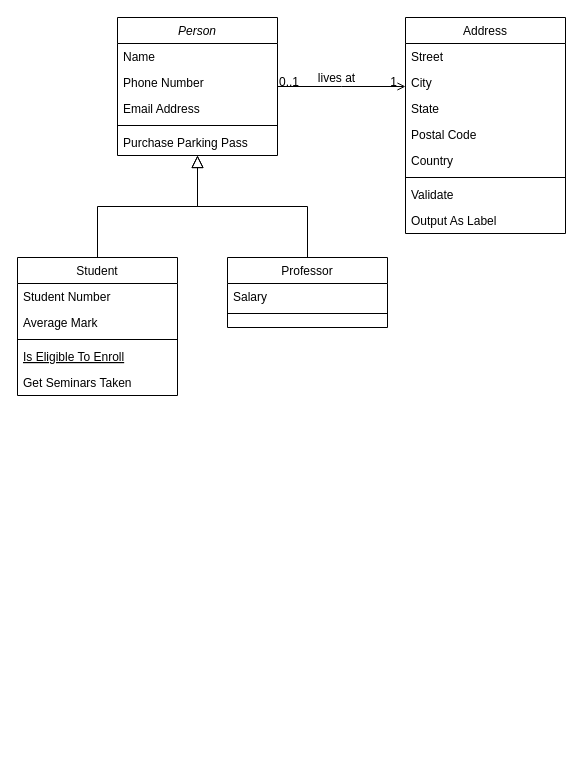
Before: Untitled Diagram.drawio in miftahpj/tefa, a draw.io diagram. Source tidied: cells renumbered, new cells numbered last; positions are measured from the earlier drawing's top-left corner, leaving out a move shared by most shapes. Both pictures are drawn from the tidied source at 100%, with x=0, y=0 at pixel (17, 17).
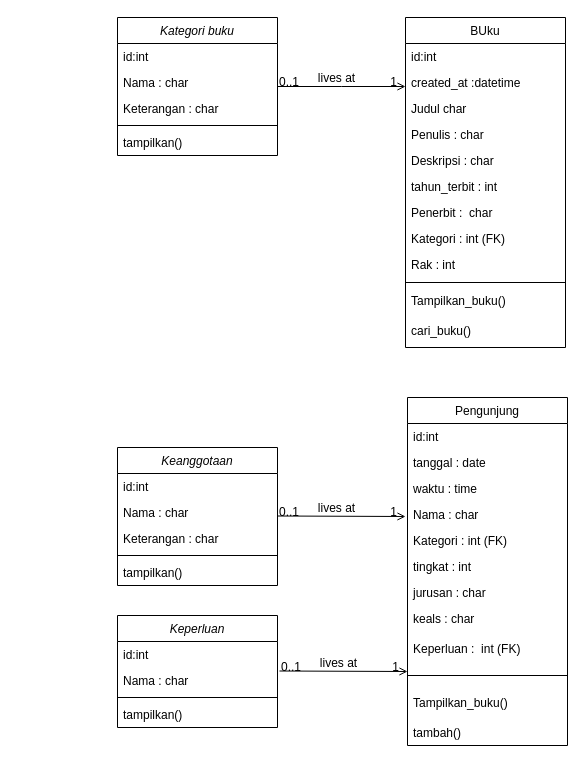
Above is the later version.

Diff of the diagram source:
```diff
@@
-    <mxCell id="2" value="Person" style="swimlane;fontStyle=2;align=center;verticalAlign=top;horizontal=1;startSize=26;rounded=0;shadow=0;strokeWidth=1;" parent="1" vertex="1">
+    <mxCell id="2" value="Kategori buku" style="swimlane;fontStyle=2;align=center;verticalAlign=top;horizontal=1;startSize=26;rounded=0;shadow=0;strokeWidth=1;" parent="1" vertex="1">
       <mxGeometry x="100" width="160" height="138" as="geometry" />
     </mxCell>
+    <mxCell id="4" value="id:int" style="text;align=left;verticalAlign=top;spacingLeft=4;spacingRight=4;overflow=hidden;rounded=0;shadow=0;html=0;" parent="2" vertex="1">
+      <mxGeometry y="26" width="160" height="26" as="geometry" />
+    </mxCell>
-    <mxCell id="3" value="Name" style="text;align=left;verticalAlign=top;spacingLeft=4;spacingRight=4;overflow=hidden;" parent="2" vertex="1">
-      <mxGeometry y="26" width="160" height="26" as="geometry" />
+    <mxCell id="3" value="Nama : char" style="text;align=left;verticalAlign=top;spacingLeft=4;spacingRight=4;overflow=hidden;" parent="2" vertex="1">
+      <mxGeometry y="52" width="160" height="26" as="geometry" />
     </mxCell>
-    <mxCell id="4" value="Phone Number" style="text;align=left;verticalAlign=top;spacingLeft=4;spacingRight=4;overflow=hidden;rounded=0;shadow=0;html=0;" parent="2" vertex="1">
-      <mxGeometry y="52" width="160" height="26" as="geometry" />
-    </mxCell>
-    <mxCell id="5" value="Email Address" style="text;align=left;verticalAlign=top;spacingLeft=4;spacingRight=4;overflow=hidden;rounded=0;shadow=0;html=0;" parent="2" vertex="1">
+    <mxCell id="5" value="Keterangan : char" style="text;align=left;verticalAlign=top;spacingLeft=4;spacingRight=4;overflow=hidden;rounded=0;shadow=0;html=0;" parent="2" vertex="1">
       <mxGeometry y="78" width="160" height="26" as="geometry" />
     </mxCell>
@@
-    <mxCell id="7" value="Purchase Parking Pass" style="text;align=left;verticalAlign=top;spacingLeft=4;spacingRight=4;overflow=hidden;" parent="2" vertex="1">
+    <mxCell id="7" value="tampilkan()" style="text;align=left;verticalAlign=top;spacingLeft=4;spacingRight=4;overflow=hidden;" parent="2" vertex="1">
       <mxGeometry y="112" width="160" height="26" as="geometry" />
     </mxCell>
-    <mxCell id="8" value="Student" style="swimlane;fontStyle=0;align=center;verticalAlign=top;horizontal=1;startSize=26;rounded=0;shadow=0;strokeWidth=1;" parent="1" vertex="1">
-      <mxGeometry y="240" width="160" height="138" as="geometry" />
-    </mxCell>
-    <mxCell id="9" value="Student Number" style="text;align=left;verticalAlign=top;spacingLeft=4;spacingRight=4;overflow=hidden;" parent="8" vertex="1">
-      <mxGeometry y="26" width="160" height="26" as="geometry" />
-    </mxCell>
-    <mxCell id="10" value="Average Mark" style="text;align=left;verticalAlign=top;spacingLeft=4;spacingRight=4;overflow=hidden;rounded=0;shadow=0;html=0;" parent="8" vertex="1">
-      <mxGeometry y="52" width="160" height="26" as="geometry" />
-    </mxCell>
-    <mxCell id="11" style="line;html=1;strokeWidth=1;align=left;verticalAlign=middle;spacingTop=-1;spacingLeft=3;spacingRight=3;labelPosition=right;" parent="8" vertex="1">
-      <mxGeometry y="78" width="160" height="8" as="geometry" />
-    </mxCell>
-    <mxCell id="12" value="Is Eligible To Enroll" style="text;align=left;verticalAlign=top;spacingLeft=4;spacingRight=4;overflow=hidden;fontStyle=4;" parent="8" vertex="1">
-      <mxGeometry y="86" width="160" height="26" as="geometry" />
-    </mxCell>
-    <mxCell id="13" value="Get Seminars Taken" style="text;align=left;verticalAlign=top;spacingLeft=4;spacingRight=4;overflow=hidden;" parent="8" vertex="1">
-      <mxGeometry y="112" width="160" height="26" as="geometry" />
-    </mxCell>
-    <mxCell id="14" style="endArrow=block;endSize=10;endFill=0;shadow=0;strokeWidth=1;rounded=0;edgeStyle=elbowEdgeStyle;elbow=vertical;" parent="1" edge="1" source="8" target="2">
-      <mxGeometry relative="1" as="geometry" />
-    </mxCell>
-    <mxCell id="15" value="Professor" style="swimlane;fontStyle=0;align=center;verticalAlign=top;horizontal=1;startSize=26;rounded=0;shadow=0;strokeWidth=1;" parent="1" vertex="1">
-      <mxGeometry x="210" y="240" width="160" height="70" as="geometry" />
-    </mxCell>
-    <mxCell id="16" value="Salary" style="text;align=left;verticalAlign=top;spacingLeft=4;spacingRight=4;overflow=hidden;" parent="15" vertex="1">
-      <mxGeometry y="26" width="160" height="26" as="geometry" />
-    </mxCell>
-    <mxCell id="17" style="line;html=1;strokeWidth=1;align=left;verticalAlign=middle;spacingTop=-1;spacingLeft=3;spacingRight=3;labelPosition=right;" parent="15" vertex="1">
-      <mxGeometry y="52" width="160" height="8" as="geometry" />
-    </mxCell>
-    <mxCell id="18" style="endArrow=block;endSize=10;endFill=0;shadow=0;strokeWidth=1;rounded=0;edgeStyle=elbowEdgeStyle;elbow=vertical;" parent="1" edge="1" source="15" target="2">
-      <mxGeometry relative="1" as="geometry" />
-    </mxCell>
-    <mxCell id="19" value="Address" style="swimlane;fontStyle=0;align=center;verticalAlign=top;horizontal=1;startSize=26;rounded=0;shadow=0;strokeWidth=1;" parent="1" vertex="1">
-      <mxGeometry x="388" width="160" height="216" as="geometry" />
+    <mxCell id="19" value="BUku" style="swimlane;fontStyle=0;align=center;verticalAlign=top;horizontal=1;startSize=26;rounded=0;shadow=0;strokeWidth=1;" parent="1" vertex="1">
+      <mxGeometry x="388" width="160" height="330" as="geometry" />
     </mxCell>
-    <mxCell id="20" value="Street" style="text;align=left;verticalAlign=top;spacingLeft=4;spacingRight=4;overflow=hidden;" parent="19" vertex="1">
+    <mxCell id="20" value="id:int" style="text;align=left;verticalAlign=top;spacingLeft=4;spacingRight=4;overflow=hidden;" parent="19" vertex="1">
       <mxGeometry y="26" width="160" height="26" as="geometry" />
     </mxCell>
-    <mxCell id="21" value="City" style="text;align=left;verticalAlign=top;spacingLeft=4;spacingRight=4;overflow=hidden;rounded=0;shadow=0;html=0;" parent="19" vertex="1">
+    <mxCell id="21" value="created_at :datetime" style="text;align=left;verticalAlign=top;spacingLeft=4;spacingRight=4;overflow=hidden;rounded=0;shadow=0;html=0;" parent="19" vertex="1">
       <mxGeometry y="52" width="160" height="26" as="geometry" />
     </mxCell>
-    <mxCell id="22" value="State" style="text;align=left;verticalAlign=top;spacingLeft=4;spacingRight=4;overflow=hidden;rounded=0;shadow=0;html=0;" parent="19" vertex="1">
+    <mxCell id="22" value="Judul char" style="text;align=left;verticalAlign=top;spacingLeft=4;spacingRight=4;overflow=hidden;rounded=0;shadow=0;html=0;" parent="19" vertex="1">
       <mxGeometry y="78" width="160" height="26" as="geometry" />
     </mxCell>
+    <mxCell id="32" value="Penulis : char" style="text;align=left;verticalAlign=top;spacingLeft=4;spacingRight=4;overflow=hidden;rounded=0;shadow=0;html=0;" parent="19" vertex="1">
+      <mxGeometry y="104" width="160" height="26" as="geometry" />
+    </mxCell>
+    <mxCell id="33" value="Deskripsi : char" style="text;align=left;verticalAlign=top;spacingLeft=4;spacingRight=4;overflow=hidden;rounded=0;shadow=0;html=0;" parent="19" vertex="1">
+      <mxGeometry y="130" width="160" height="26" as="geometry" />
+    </mxCell>
-    <mxCell id="23" value="Postal Code" style="text;align=left;verticalAlign=top;spacingLeft=4;spacingRight=4;overflow=hidden;rounded=0;shadow=0;html=0;" parent="19" vertex="1">
-      <mxGeometry y="104" width="160" height="26" as="geometry" />
+    <mxCell id="23" value="tahun_terbit : int" style="text;align=left;verticalAlign=top;spacingLeft=4;spacingRight=4;overflow=hidden;rounded=0;shadow=0;html=0;" parent="19" vertex="1">
+      <mxGeometry y="156" width="160" height="26" as="geometry" />
     </mxCell>
-    <mxCell id="24" value="Country" style="text;align=left;verticalAlign=top;spacingLeft=4;spacingRight=4;overflow=hidden;rounded=0;shadow=0;html=0;" parent="19" vertex="1">
-      <mxGeometry y="130" width="160" height="26" as="geometry" />
+    <mxCell id="24" value="Penerbit :  char" style="text;align=left;verticalAlign=top;spacingLeft=4;spacingRight=4;overflow=hidden;rounded=0;shadow=0;html=0;" parent="19" vertex="1">
+      <mxGeometry y="182" width="160" height="26" as="geometry" />
     </mxCell>
+    <mxCell id="34" value="Kategori : int (FK)" style="text;align=left;verticalAlign=top;spacingLeft=4;spacingRight=4;overflow=hidden;rounded=0;shadow=0;html=0;" parent="19" vertex="1">
+      <mxGeometry y="208" width="160" height="26" as="geometry" />
+    </mxCell>
+    <mxCell id="35" value="Rak : int" style="text;align=left;verticalAlign=top;spacingLeft=4;spacingRight=4;overflow=hidden;rounded=0;shadow=0;html=0;" parent="19" vertex="1">
+      <mxGeometry y="234" width="160" height="26" as="geometry" />
+    </mxCell>
     <mxCell id="25" style="line;html=1;strokeWidth=1;align=left;verticalAlign=middle;spacingTop=-1;spacingLeft=3;spacingRight=3;labelPosition=right;" parent="19" vertex="1">
-      <mxGeometry y="156" width="160" height="8" as="geometry" />
+      <mxGeometry y="260" width="160" height="10" as="geometry" />
     </mxCell>
-    <mxCell id="26" value="Validate" style="text;align=left;verticalAlign=top;spacingLeft=4;spacingRight=4;overflow=hidden;" parent="19" vertex="1">
-      <mxGeometry y="164" width="160" height="26" as="geometry" />
-    </mxCell>
-    <mxCell id="27" value="Output As Label" style="text;align=left;verticalAlign=top;spacingLeft=4;spacingRight=4;overflow=hidden;" parent="19" vertex="1">
-      <mxGeometry y="190" width="160" height="26" as="geometry" />
+    <mxCell id="27" value="Tampilkan_buku()" style="text;align=left;verticalAlign=top;spacingLeft=4;spacingRight=4;overflow=hidden;" parent="19" vertex="1">
+      <mxGeometry y="270" width="160" height="30" as="geometry" />
     </mxCell>
+    <mxCell id="36" value="cari_buku()" style="text;align=left;verticalAlign=top;spacingLeft=4;spacingRight=4;overflow=hidden;" parent="19" vertex="1">
+      <mxGeometry y="300" width="160" height="30" as="geometry" />
+    </mxCell>
@@
+    <mxCell id="37" value="Keanggotaan" style="swimlane;fontStyle=2;align=center;verticalAlign=top;horizontal=1;startSize=26;rounded=0;shadow=0;strokeWidth=1;" parent="1" vertex="1">
+      <mxGeometry x="100" y="430" width="160" height="138" as="geometry" />
+    </mxCell>
+    <mxCell id="38" value="id:int" style="text;align=left;verticalAlign=top;spacingLeft=4;spacingRight=4;overflow=hidden;" parent="37" vertex="1">
+      <mxGeometry y="26" width="160" height="26" as="geometry" />
+    </mxCell>
+    <mxCell id="39" value="Nama : char" style="text;align=left;verticalAlign=top;spacingLeft=4;spacingRight=4;overflow=hidden;rounded=0;shadow=0;html=0;" parent="37" vertex="1">
+      <mxGeometry y="52" width="160" height="26" as="geometry" />
+    </mxCell>
+    <mxCell id="40" value="Keterangan : char" style="text;align=left;verticalAlign=top;spacingLeft=4;spacingRight=4;overflow=hidden;rounded=0;shadow=0;html=0;" parent="37" vertex="1">
+      <mxGeometry y="78" width="160" height="26" as="geometry" />
+    </mxCell>
+    <mxCell id="41" style="line;html=1;strokeWidth=1;align=left;verticalAlign=middle;spacingTop=-1;spacingLeft=3;spacingRight=3;labelPosition=right;" parent="37" vertex="1">
+      <mxGeometry y="104" width="160" height="8" as="geometry" />
+    </mxCell>
+    <mxCell id="42" value="tampilkan()" style="text;align=left;verticalAlign=top;spacingLeft=4;spacingRight=4;overflow=hidden;" parent="37" vertex="1">
+      <mxGeometry y="112" width="160" height="26" as="geometry" />
+    </mxCell>
+    <mxCell id="43" value="Pengunjung" style="swimlane;fontStyle=0;align=center;verticalAlign=top;horizontal=1;startSize=26;rounded=0;shadow=0;strokeWidth=1;" parent="1" vertex="1">
+      <mxGeometry x="390" y="380" width="160" height="348" as="geometry" />
+    </mxCell>
+    <mxCell id="44" value="id:int" style="text;align=left;verticalAlign=top;spacingLeft=4;spacingRight=4;overflow=hidden;" parent="43" vertex="1">
+      <mxGeometry y="26" width="160" height="26" as="geometry" />
+    </mxCell>
+    <mxCell id="45" value="tanggal : date" style="text;align=left;verticalAlign=top;spacingLeft=4;spacingRight=4;overflow=hidden;rounded=0;shadow=0;html=0;" parent="43" vertex="1">
+      <mxGeometry y="52" width="160" height="26" as="geometry" />
+    </mxCell>
+    <mxCell id="46" value="waktu : time" style="text;align=left;verticalAlign=top;spacingLeft=4;spacingRight=4;overflow=hidden;rounded=0;shadow=0;html=0;" parent="43" vertex="1">
+      <mxGeometry y="78" width="160" height="26" as="geometry" />
+    </mxCell>
+    <mxCell id="47" value="Nama : char" style="text;align=left;verticalAlign=top;spacingLeft=4;spacingRight=4;overflow=hidden;rounded=0;shadow=0;html=0;" parent="43" vertex="1">
+      <mxGeometry y="104" width="160" height="26" as="geometry" />
+    </mxCell>
+    <mxCell id="48" value="Kategori : int (FK)" style="text;align=left;verticalAlign=top;spacingLeft=4;spacingRight=4;overflow=hidden;rounded=0;shadow=0;html=0;" parent="43" vertex="1">
+      <mxGeometry y="130" width="160" height="26" as="geometry" />
+    </mxCell>
+    <mxCell id="49" value="tingkat : int" style="text;align=left;verticalAlign=top;spacingLeft=4;spacingRight=4;overflow=hidden;rounded=0;shadow=0;html=0;" parent="43" vertex="1">
+      <mxGeometry y="156" width="160" height="26" as="geometry" />
+    </mxCell>
+    <mxCell id="50" value="jurusan : char" style="text;align=left;verticalAlign=top;spacingLeft=4;spacingRight=4;overflow=hidden;rounded=0;shadow=0;html=0;" parent="43" vertex="1">
+      <mxGeometry y="182" width="160" height="26" as="geometry" />
+    </mxCell>
+    <mxCell id="51" value="keals : char" style="text;align=left;verticalAlign=top;spacingLeft=4;spacingRight=4;overflow=hidden;" parent="43" vertex="1">
+      <mxGeometry y="208" width="160" height="30" as="geometry" />
+    </mxCell>
+    <mxCell id="52" value="Keperluan :  int (FK)" style="text;align=left;verticalAlign=top;spacingLeft=4;spacingRight=4;overflow=hidden;rounded=0;shadow=0;html=0;" parent="43" vertex="1">
+      <mxGeometry y="238" width="160" height="26" as="geometry" />
+    </mxCell>
+    <mxCell id="53" style="line;html=1;strokeWidth=1;align=left;verticalAlign=middle;spacingTop=-1;spacingLeft=3;spacingRight=3;labelPosition=right;" parent="43" vertex="1">
+      <mxGeometry y="264" width="160" height="28" as="geometry" />
+    </mxCell>
+    <mxCell id="54" value="Tampilkan_buku()" style="text;align=left;verticalAlign=top;spacingLeft=4;spacingRight=4;overflow=hidden;" parent="43" vertex="1">
+      <mxGeometry y="292" width="160" height="30" as="geometry" />
+    </mxCell>
+    <mxCell id="55" value="tambah()" style="text;align=left;verticalAlign=top;spacingLeft=4;spacingRight=4;overflow=hidden;rounded=0;shadow=0;html=0;" parent="43" vertex="1">
+      <mxGeometry y="322" width="160" height="26" as="geometry" />
+    </mxCell>
+    <mxCell id="56" value="Keperluan" style="swimlane;fontStyle=2;align=center;verticalAlign=top;horizontal=1;startSize=26;rounded=0;shadow=0;strokeWidth=1;" parent="1" vertex="1">
+      <mxGeometry x="100" y="598" width="160" height="112" as="geometry" />
+    </mxCell>
+    <mxCell id="57" value="id:int" style="text;align=left;verticalAlign=top;spacingLeft=4;spacingRight=4;overflow=hidden;" parent="56" vertex="1">
+      <mxGeometry y="26" width="160" height="26" as="geometry" />
+    </mxCell>
+    <mxCell id="58" value="Nama : char" style="text;align=left;verticalAlign=top;spacingLeft=4;spacingRight=4;overflow=hidden;rounded=0;shadow=0;html=0;" parent="56" vertex="1">
+      <mxGeometry y="52" width="160" height="26" as="geometry" />
+    </mxCell>
+    <mxCell id="11" style="line;html=1;strokeWidth=1;align=left;verticalAlign=middle;spacingTop=-1;spacingLeft=3;spacingRight=3;labelPosition=right;" parent="56" vertex="1">
+      <mxGeometry y="78" width="160" height="8" as="geometry" />
+    </mxCell>
+    <mxCell id="59" value="tampilkan()" style="text;align=left;verticalAlign=top;spacingLeft=4;spacingRight=4;overflow=hidden;" parent="56" vertex="1">
+      <mxGeometry y="86" width="160" height="26" as="geometry" />
+    </mxCell>
+    <mxCell id="60" style="endArrow=open;shadow=0;strokeWidth=1;rounded=0;endFill=1;edgeStyle=elbowEdgeStyle;elbow=vertical;" parent="1" edge="1">
+      <mxGeometry x="0.5" y="41" relative="1" as="geometry">
+        <mxPoint x="260" y="498.5" as="sourcePoint" />
+        <mxPoint x="388" y="498.5" as="targetPoint" />
+        <mxPoint x="-40" y="32" as="offset" />
+      </mxGeometry>
+    </mxCell>
+    <mxCell id="61" value="0..1" style="align=left;verticalAlign=bottom;labelBackgroundColor=none;fontSize=12;" parent="60" vertex="1">
+      <mxGeometry x="-1" relative="1" as="geometry">
+        <mxPoint y="4" as="offset" />
+      </mxGeometry>
+    </mxCell>
+    <mxCell id="62" value="1" style="align=right;verticalAlign=bottom;labelBackgroundColor=none;fontSize=12;" parent="60" vertex="1">
+      <mxGeometry x="1" relative="1" as="geometry">
+        <mxPoint x="-7" y="4" as="offset" />
+      </mxGeometry>
+    </mxCell>
+    <mxCell id="63" value="lives at" style="text;html=1;align=center;verticalAlign=middle;labelBackgroundColor=none;rounded=0;shadow=0;strokeWidth=1;fontSize=12;" parent="60" vertex="1">
+      <mxGeometry x="0.5" y="49" relative="1" as="geometry">
+        <mxPoint x="-38" y="40" as="offset" />
+      </mxGeometry>
+    </mxCell>
+    <mxCell id="64" style="endArrow=open;shadow=0;strokeWidth=1;rounded=0;endFill=1;edgeStyle=elbowEdgeStyle;elbow=vertical;" parent="1" edge="1">
+      <mxGeometry x="0.5" y="41" relative="1" as="geometry">
+        <mxPoint x="262" y="653.5" as="sourcePoint" />
+        <mxPoint x="390" y="653.5" as="targetPoint" />
+        <mxPoint x="-40" y="32" as="offset" />
+      </mxGeometry>
+    </mxCell>
+    <mxCell id="65" value="0..1" style="align=left;verticalAlign=bottom;labelBackgroundColor=none;fontSize=12;" parent="64" vertex="1">
+      <mxGeometry x="-1" relative="1" as="geometry">
+        <mxPoint y="4" as="offset" />
+      </mxGeometry>
+    </mxCell>
+    <mxCell id="66" value="1" style="align=right;verticalAlign=bottom;labelBackgroundColor=none;fontSize=12;" parent="64" vertex="1">
+      <mxGeometry x="1" relative="1" as="geometry">
+        <mxPoint x="-7" y="4" as="offset" />
+      </mxGeometry>
+    </mxCell>
+    <mxCell id="67" value="lives at" style="text;html=1;align=center;verticalAlign=middle;labelBackgroundColor=none;rounded=0;shadow=0;strokeWidth=1;fontSize=12;" parent="64" vertex="1">
+      <mxGeometry x="0.5" y="49" relative="1" as="geometry">
+        <mxPoint x="-38" y="40" as="offset" />
+      </mxGeometry>
+    </mxCell>
```
